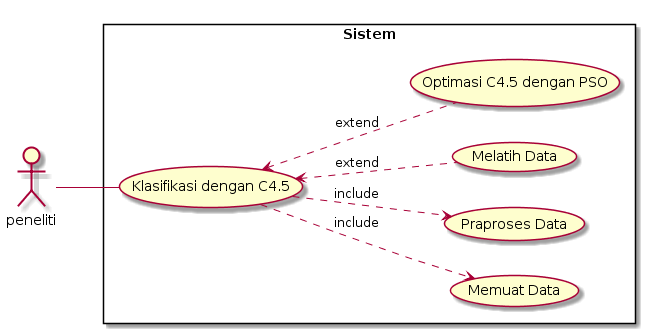
Before: diagrams/use_case_v4.png, a diagram exported from PlantUML (azhry/sentimen-c4.5-pso).
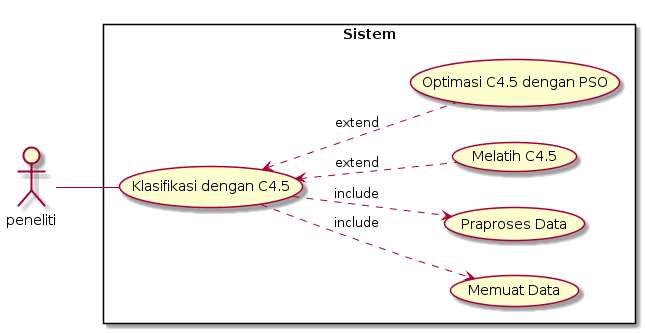
The same file after the commit.

Change to the diagram source:
```diff
@@ -7,9 +7,9 @@
 rectangle Sistem {
 
 	peneliti -- ( Klasifikasi dengan C4.5 )
-        ( Klasifikasi dengan C4.5 ) ..> ( Memuat Data ) : include
-        ( Klasifikasi dengan C4.5 ) ..> ( Praproses Data ) : include
-        ( Klasifikasi dengan C4.5 ) <.. ( Melatih Data ) : extend
-        ( Klasifikasi dengan C4.5 ) <.. ( Optimasi C4.5 dengan PSO ) : extend
+    ( Klasifikasi dengan C4.5 ) ..> ( Memuat Data ) : include
+    ( Klasifikasi dengan C4.5 ) ..> ( Praproses Data ) : include
+    ( Klasifikasi dengan C4.5 ) <.. ( Melatih C4.5 ) : extend
+    ( Klasifikasi dengan C4.5 ) <.. ( Optimasi C4.5 dengan PSO ) : extend
 }
 @enduml
```
